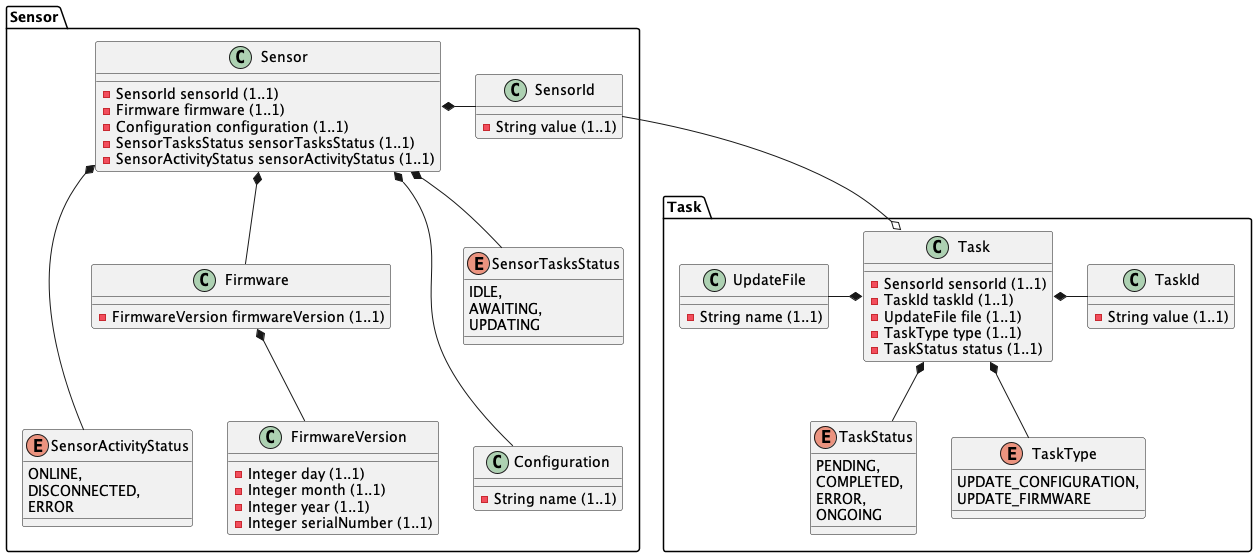
AboutCodingBE/validation-excercise keeps this PlantUML diagram as docs/images/DomainModel.png. Above is the earlier version.
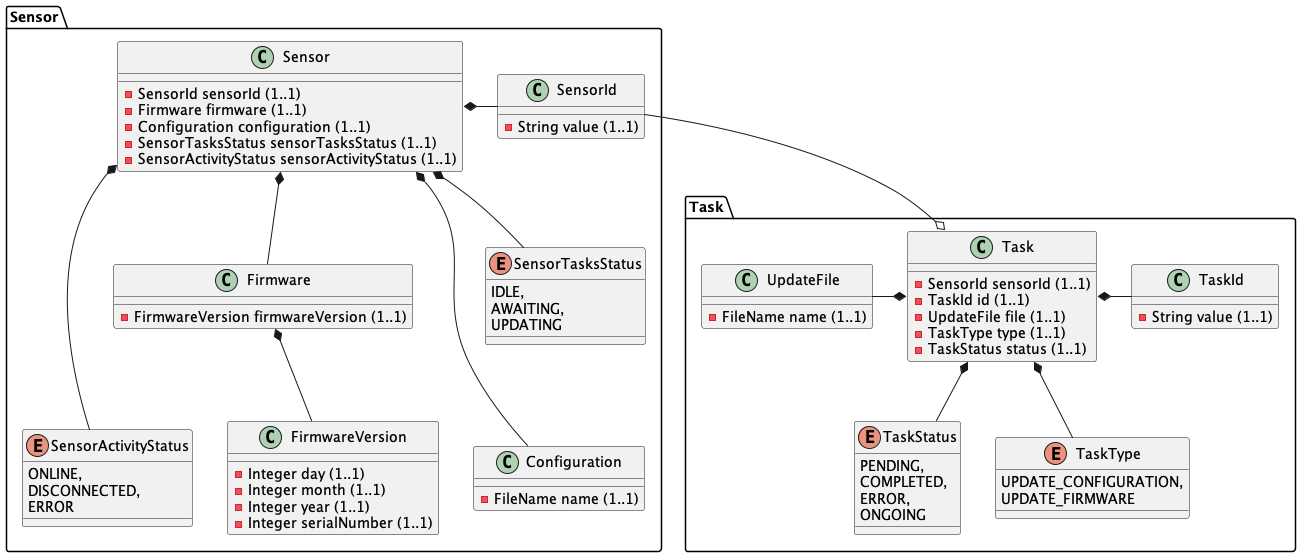
After the change.

Diff of the diagram source:
```diff
@@ -25,7 +25,7 @@
     }
 
     class Configuration {
-      -String name (1..1)
+      -FileName name (1..1)
     }
 
     enum SensorTasksStatus {
@@ -51,7 +51,7 @@
 package Task {
     class Task {
       -SensorId sensorId (1..1)
-      -TaskId taskId (1..1)
+      -TaskId id (1..1)
       -UpdateFile file (1..1)
       -TaskType type (1..1)
       -TaskStatus status (1..1)
@@ -62,7 +62,7 @@
     }
 
     class UpdateFile {
-      -String name (1..1)
+      -FileName name (1..1)
     }
 
     enum TaskType {
```
